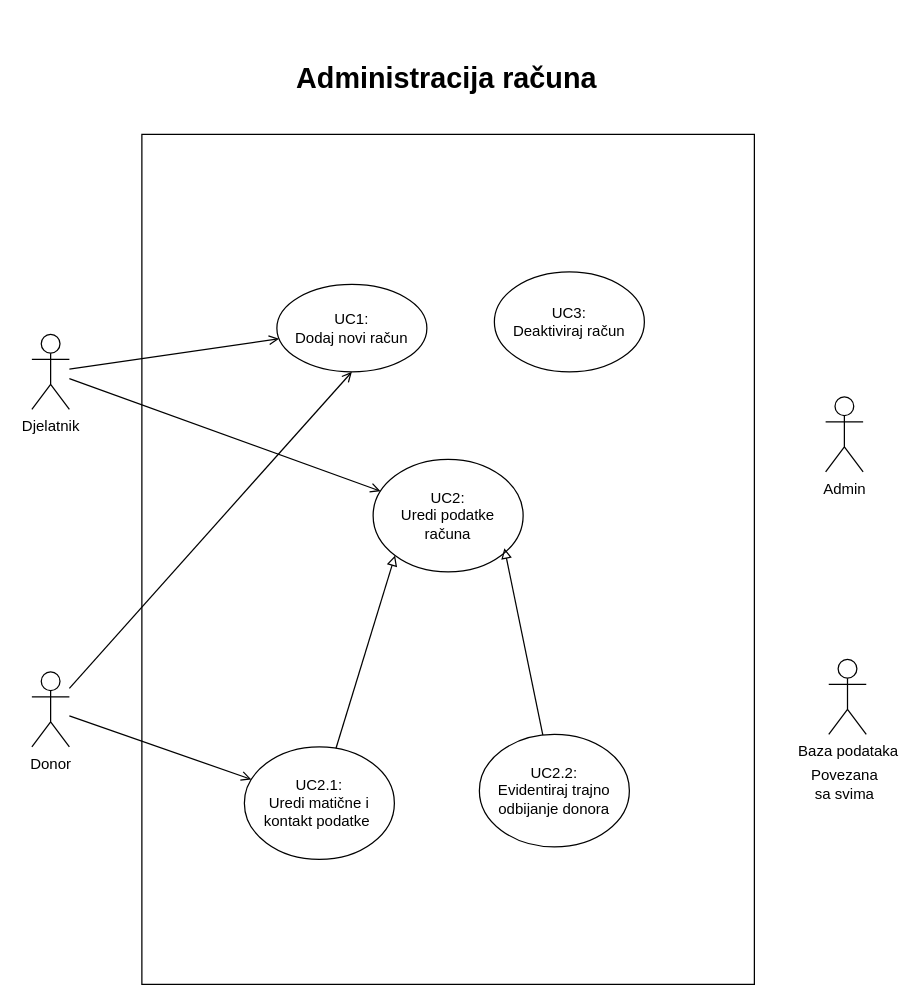
The draw.io diagram page "1 - Administracija računa" (1 of 6) of Dokumentacija/Use cases/Use Cases.drawio in ToniIvankovic/TrueBlood, before the edit. Source tidied: cells renumbered, new cells numbered last; positions are measured from the earlier drawing's top-left corner, leaving out a move shared by most shapes. Both pictures are drawn from the tidied source at 125%, with x=0, y=0 at pixel (31, 21).
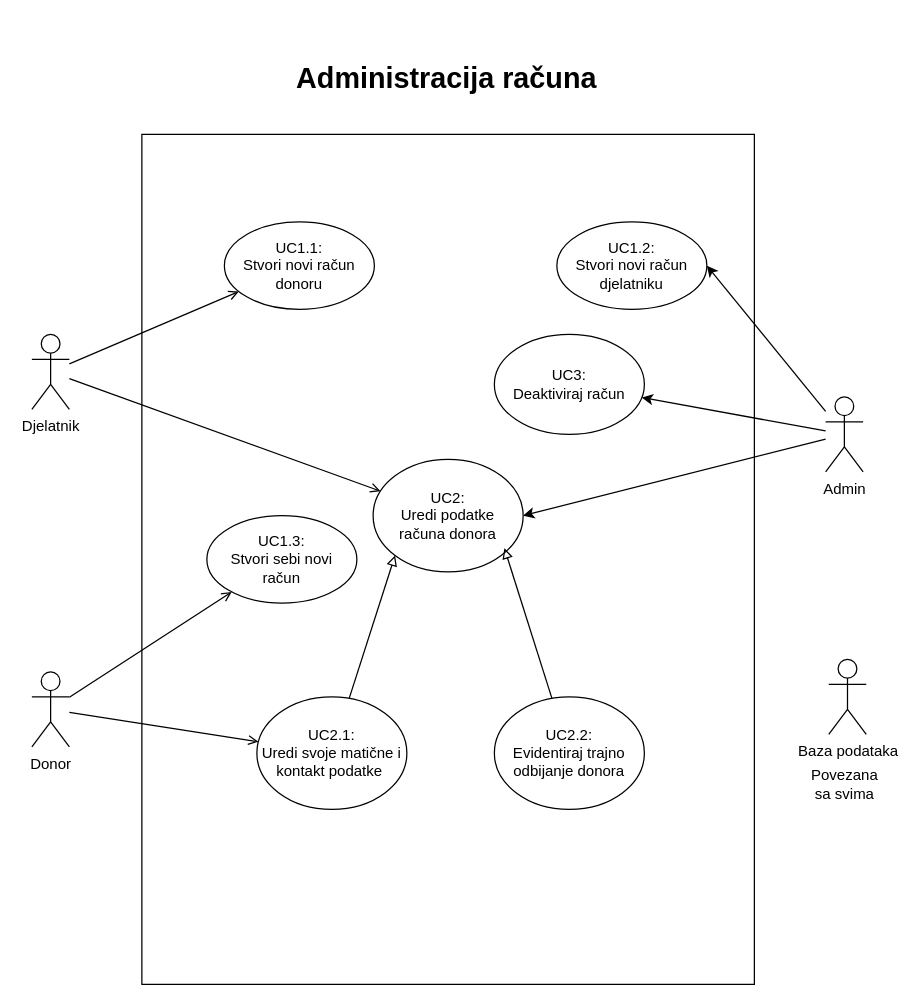
After the change.

The change refers to these unchanged cells:
```xml
<mxCell id="10" value="Admin" style="shape=umlActor;verticalLabelPosition=bottom;verticalAlign=top;html=1;outlineConnect=0;" parent="1" vertex="1">
  <mxGeometry x="635" y="300" width="30" height="60" as="geometry" />
</mxCell>
<mxCell id="17" value="Donor" style="shape=umlActor;verticalLabelPosition=bottom;verticalAlign=top;html=1;outlineConnect=0;" parent="1" vertex="1">
  <mxGeometry y="520" width="30" height="60" as="geometry" />
</mxCell>
```

Change to the diagram source:
```diff
@@
-    <mxCell id="3" value="UC1:&lt;br&gt;Dodaj novi račun" style="ellipse;whiteSpace=wrap;html=1;" parent="1" vertex="1">
-      <mxGeometry x="196" y="210" width="120" height="70" as="geometry" />
+    <mxCell id="3" value="UC1.1:&lt;br&gt;Stvori novi račun donoru" style="ellipse;whiteSpace=wrap;html=1;" parent="1" vertex="1">
+      <mxGeometry x="154" y="160" width="120" height="70" as="geometry" />
     </mxCell>
     <mxCell id="4" value="UC3:&lt;br&gt;Deaktiviraj račun" style="ellipse;whiteSpace=wrap;html=1;" parent="1" vertex="1">
-      <mxGeometry x="370" y="200" width="120" height="80" as="geometry" />
+      <mxGeometry x="370" y="250" width="120" height="80" as="geometry" />
     </mxCell>
-    <mxCell id="5" value="UC2:&lt;br&gt;Uredi podatke&lt;br&gt;računa" style="ellipse;whiteSpace=wrap;html=1;" parent="1" vertex="1">
+    <mxCell id="5" value="UC2:&lt;br&gt;Uredi podatke &lt;br&gt;računa donora" style="ellipse;whiteSpace=wrap;html=1;" parent="1" vertex="1">
       <mxGeometry x="273" y="350" width="120" height="90" as="geometry" />
     </mxCell>
@@
     <mxCell id="7" value="UC2.2:&lt;br&gt;Evidentiraj trajno odbijanje donora" style="ellipse;whiteSpace=wrap;html=1;" parent="1" vertex="1">
-      <mxGeometry x="358" y="570" width="120" height="90" as="geometry" />
+      <mxGeometry x="370" y="540" width="120" height="90" as="geometry" />
     </mxCell>
@@
-    <mxCell id="9" value="UC2.1:&lt;br&gt;Uredi matične i kontakt podatke&amp;nbsp;" style="ellipse;whiteSpace=wrap;html=1;" parent="1" vertex="1">
-      <mxGeometry x="170" y="580" width="120" height="90" as="geometry" />
+    <mxCell id="9" value="UC2.1:&lt;br&gt;Uredi svoje matične i kontakt podatke&amp;nbsp;" style="ellipse;whiteSpace=wrap;html=1;" parent="1" vertex="1">
+      <mxGeometry x="180" y="540" width="120" height="90" as="geometry" />
     </mxCell>
+    <mxCell id="20" style="rounded=0;jettySize=auto;html=1;entryX=1;entryY=0.5;entryDx=0;entryDy=0;" parent="1" edge="1" source="10" target="23">
+      <mxGeometry relative="1" as="geometry" />
+    </mxCell>
+    <mxCell id="21" style="edgeStyle=none;rounded=0;jettySize=auto;html=1;" parent="1" edge="1" source="10" target="4">
+      <mxGeometry relative="1" as="geometry" />
+    </mxCell>
+    <mxCell id="22" style="edgeStyle=none;rounded=0;jettySize=auto;html=1;entryX=1;entryY=0.5;entryDx=0;entryDy=0;" parent="1" edge="1" source="10" target="5">
+      <mxGeometry relative="1" as="geometry" />
+    </mxCell>
@@
-    <mxCell id="16" style="edgeStyle=none;rounded=0;jettySize=auto;html=1;entryX=0.5;entryY=1;entryDx=0;entryDy=0;endArrow=open;endFill=0;" parent="1" edge="1" source="17" target="3">
+    <mxCell id="16" style="edgeStyle=none;rounded=0;jettySize=auto;html=1;endArrow=open;endFill=0;" parent="1" edge="1" source="17" target="24">
       <mxGeometry relative="1" as="geometry" />
     </mxCell>
@@
+    <mxCell id="23" value="UC1.2:&lt;br&gt;Stvori novi račun djelatniku" style="ellipse;whiteSpace=wrap;html=1;" parent="1" vertex="1">
+      <mxGeometry x="420" y="160" width="120" height="70" as="geometry" />
+    </mxCell>
+    <mxCell id="24" value="UC1.3:&lt;br&gt;Stvori sebi novi &lt;br&gt;račun" style="ellipse;whiteSpace=wrap;html=1;" parent="1" vertex="1">
+      <mxGeometry x="140" y="395" width="120" height="70" as="geometry" />
+    </mxCell>
```
